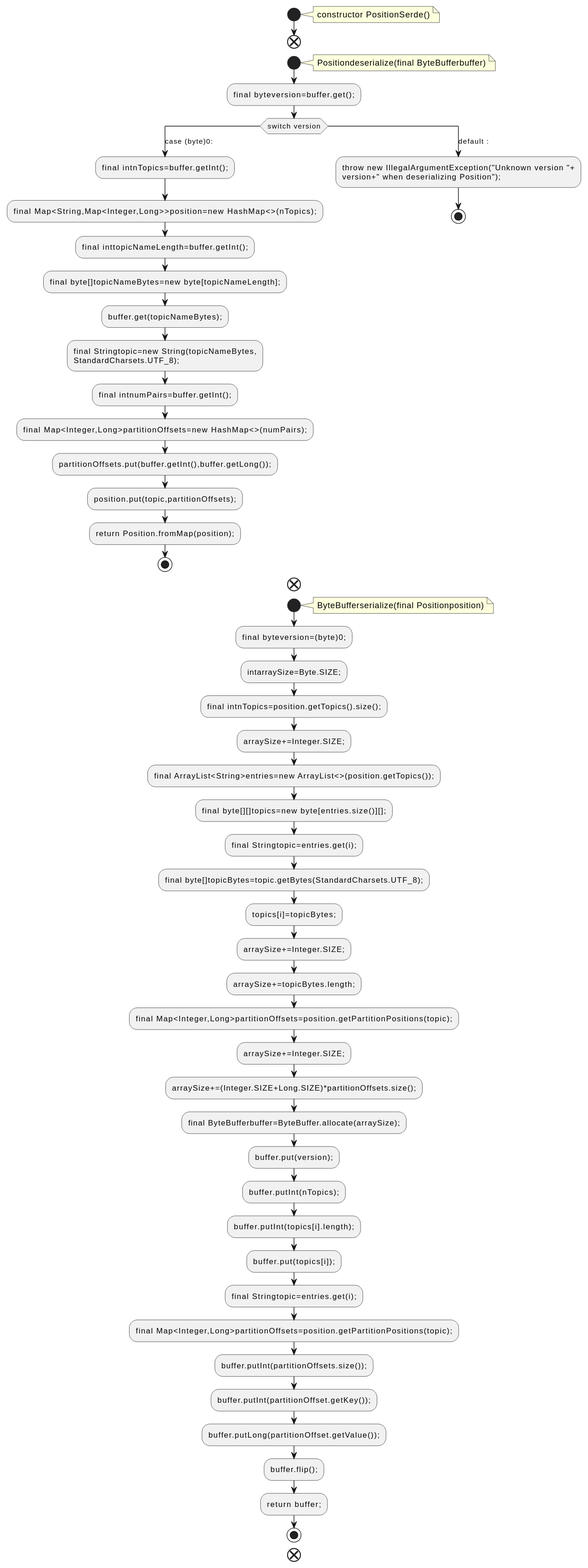
Earlier version of the PlantUML export docs/qc/streams/src/main/java/org/apache/kafka/streams/state/internals/PositionSerde.java.fct.svg (qualitesys/kafka).
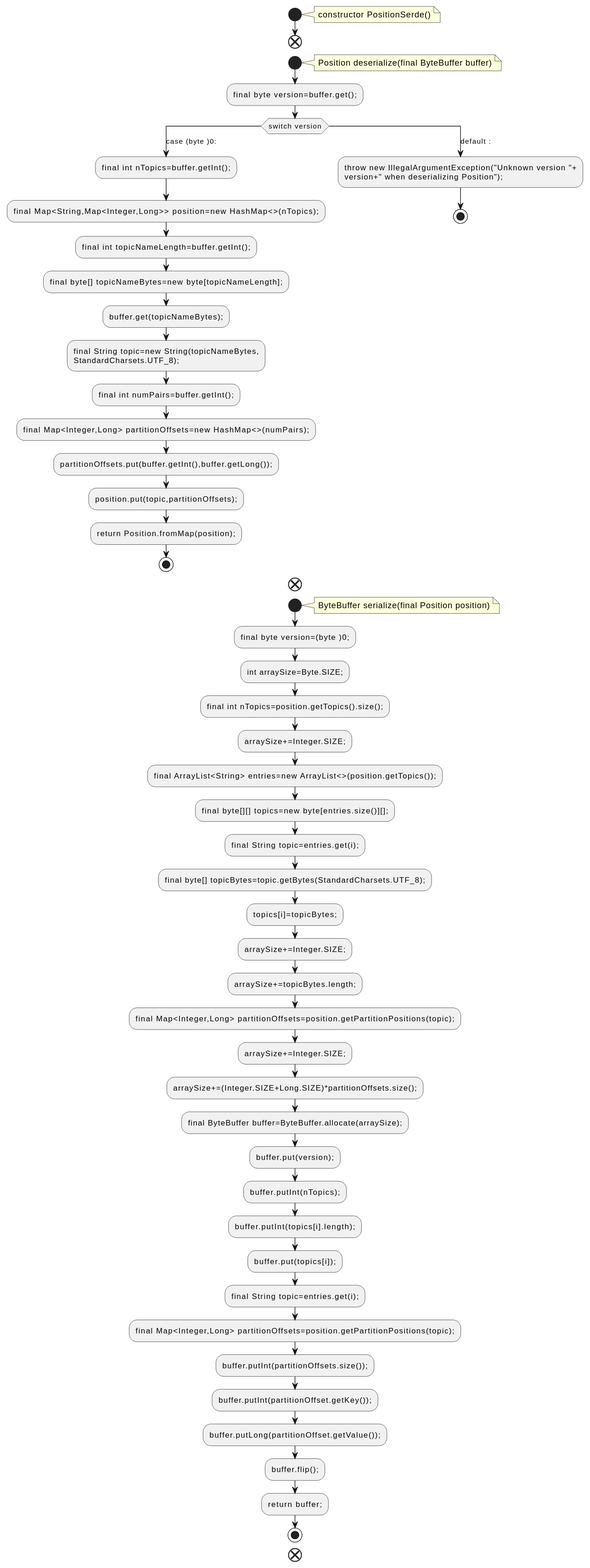
Later version of the same file.

What changed in the source:
```diff
@@ -7,20 +7,20 @@
 end
 start
 note right
-Positiondeserialize(final ByteBufferbuffer)
+Position deserialize(final ByteBuffer buffer)
 end note
-:final byteversion=buffer.get();;
+:final byte version=buffer.get();;
 switch (switch version)
-case (case (byte)0:)
-:final intnTopics=buffer.getInt();;
-:final Map<String,Map<Integer,Long>>position=new HashMap<>(nTopics);;
-:final inttopicNameLength=buffer.getInt();;
-:final byte[]topicNameBytes=new byte[topicNameLength];;
+case (case (byte )0:)
+:final int nTopics=buffer.getInt();;
+:final Map<String,Map<Integer,Long>> position=new HashMap<>(nTopics);;
+:final int topicNameLength=buffer.getInt();;
+:final byte[] topicNameBytes=new byte[topicNameLength];;
 :buffer.get(topicNameBytes);;
-:final Stringtopic=new String(topicNameBytes,
+:final String topic=new String(topicNameBytes,
 StandardCharsets.UTF_8);;
-:final intnumPairs=buffer.getInt();;
-:final Map<Integer,Long>partitionOffsets=new HashMap<>(numPairs);;
+:final int numPairs=buffer.getInt();;
+:final Map<Integer,Long> partitionOffsets=new HashMap<>(numPairs);;
 :partitionOffsets.put(buffer.getInt(),buffer.getLong());;
 :position.put(topic,partitionOffsets);;
 :return Position.fromMap(position);;
@@ -33,29 +33,29 @@
 end
 start
 note right
-ByteBufferserialize(final Positionposition)
+ByteBuffer serialize(final Position position)
 end note
-:final byteversion=(byte)0;;
-:intarraySize=Byte.SIZE;;
-:final intnTopics=position.getTopics().size();;
+:final byte version=(byte )0;;
+:int arraySize=Byte.SIZE;;
+:final int nTopics=position.getTopics().size();;
 :arraySize+=Integer.SIZE;;
-:final ArrayList<String>entries=new ArrayList<>(position.getTopics());;
-:final byte[][]topics=new byte[entries.size()][];;
-:final Stringtopic=entries.get(i);;
-:final byte[]topicBytes=topic.getBytes(StandardCharsets.UTF_8);;
+:final ArrayList<String> entries=new ArrayList<>(position.getTopics());;
+:final byte[][] topics=new byte[entries.size()][];;
+:final String topic=entries.get(i);;
+:final byte[] topicBytes=topic.getBytes(StandardCharsets.UTF_8);;
 :topics[i]=topicBytes;;
 :arraySize+=Integer.SIZE;;
 :arraySize+=topicBytes.length;;
-:final Map<Integer,Long>partitionOffsets=position.getPartitionPositions(topic);;
+:final Map<Integer,Long> partitionOffsets=position.getPartitionPositions(topic);;
 :arraySize+=Integer.SIZE;;
 :arraySize+=(Integer.SIZE+Long.SIZE)*partitionOffsets.size();;
-:final ByteBufferbuffer=ByteBuffer.allocate(arraySize);;
+:final ByteBuffer buffer=ByteBuffer.allocate(arraySize);;
 :buffer.put(version);;
 :buffer.putInt(nTopics);;
 :buffer.putInt(topics[i].length);;
 :buffer.put(topics[i]);;
-:final Stringtopic=entries.get(i);;
-:final Map<Integer,Long>partitionOffsets=position.getPartitionPositions(topic);;
+:final String topic=entries.get(i);;
+:final Map<Integer,Long> partitionOffsets=position.getPartitionPositions(topic);;
 :buffer.putInt(partitionOffsets.size());;
 :buffer.putInt(partitionOffset.getKey());;
 :buffer.putLong(partitionOffset.getValue());;
```
